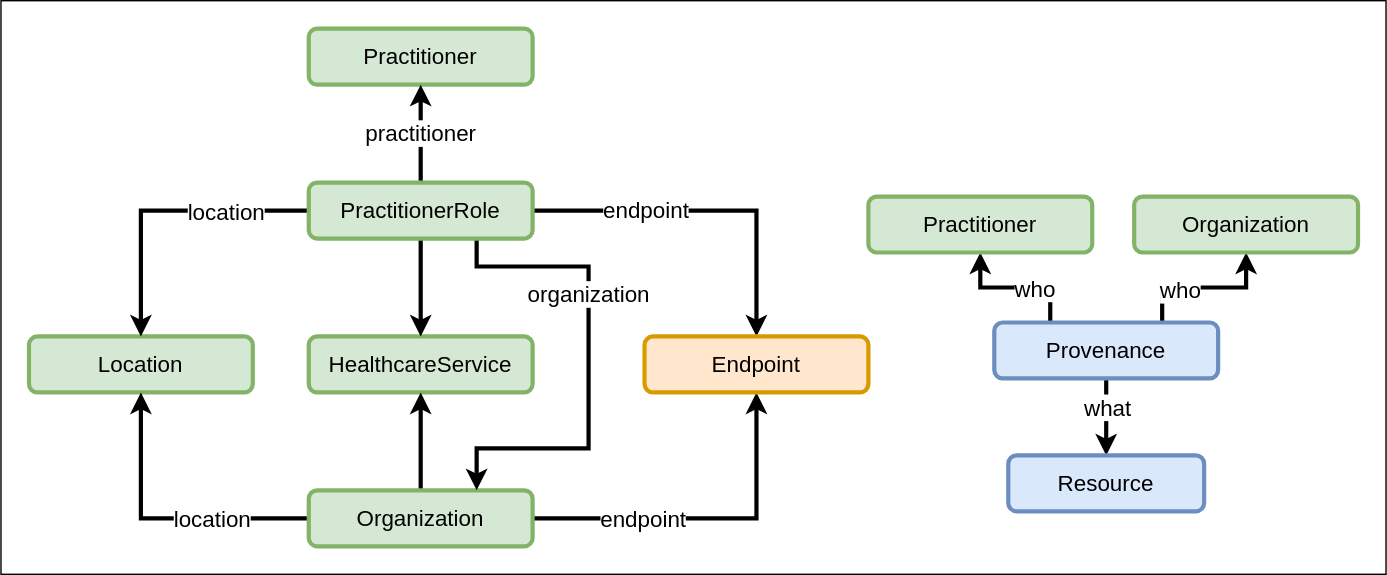
Before: images/VZD_FHIR_Directory_Resourcen.svg, a diagram exported from draw.io (gematik/api-vzd). Source tidied: cells renumbered, new cells last; positions are measured from the earlier drawing's top-left corner, leaving out a move shared by most shapes.
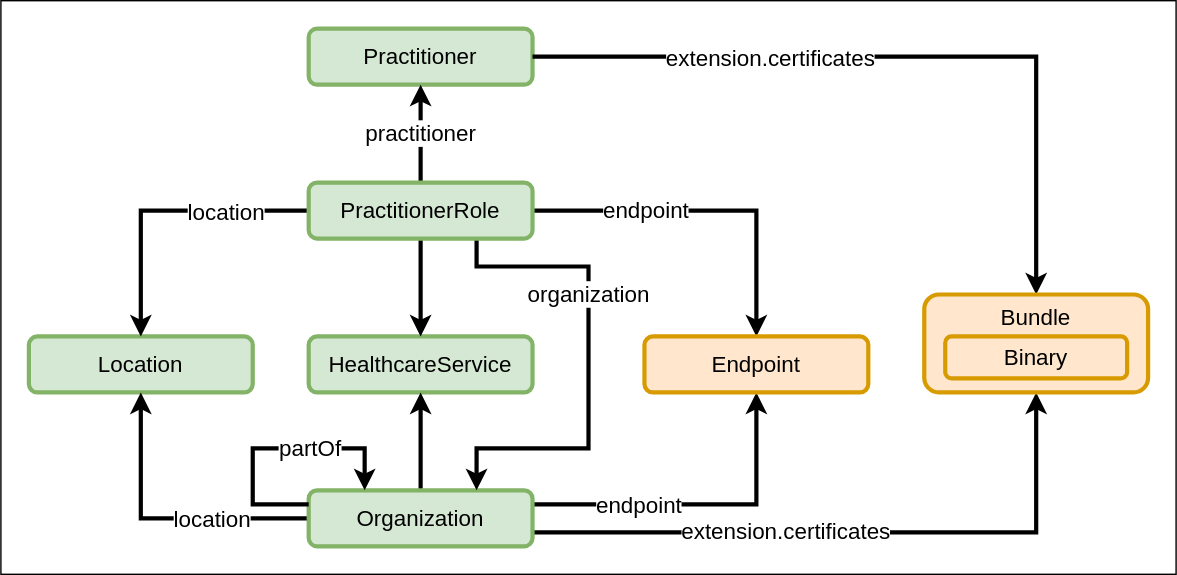
After the commit.

What changed in the source:
```diff
@@ -3,7 +3,7 @@
     <mxCell id="0" />
     <mxCell id="1" parent="0" />
     <mxCell id="2" style="rounded=0;whiteSpace=wrap;html=1;fontSize=16;fillColor=none;" parent="1" vertex="1">
-      <mxGeometry width="990" height="410" as="geometry" />
+      <mxGeometry width="840" height="410" as="geometry" />
     </mxCell>
     <mxCell id="3" value="HealthcareService" style="rounded=1;whiteSpace=wrap;html=1;fillColor=#d5e8d4;strokeColor=#82b366;strokeWidth=3;fontSize=16;" parent="1" vertex="1">
       <mxGeometry x="220" y="240" width="160" height="40" as="geometry" />
@@ -20,7 +20,11 @@
       </mxGeometry>
     </mxCell>
     <mxCell id="7" style="edgeStyle=orthogonalEdgeStyle;rounded=0;jettySize=auto;html=1;entryX=0.5;entryY=1;entryDx=0;entryDy=0;strokeWidth=3;" parent="1" edge="1" source="10" target="20">
-      <mxGeometry relative="1" as="geometry" />
+      <mxGeometry relative="1" as="geometry">
+        <Array as="points">
+          <mxPoint x="540" y="360" />
+        </Array>
+      </mxGeometry>
     </mxCell>
     <mxCell id="8" value="endpoint" style="edgeLabel;html=1;align=center;verticalAlign=middle;fontSize=16;" parent="7" vertex="1">
       <mxGeometry x="-0.38" relative="1" as="geometry" />
@@ -28,6 +32,16 @@
     <mxCell id="9" style="edgeStyle=orthogonalEdgeStyle;rounded=0;jettySize=auto;html=1;exitX=0.5;exitY=0;exitDx=0;exitDy=0;entryX=0.5;entryY=1;entryDx=0;entryDy=0;strokeWidth=3;" parent="1" edge="1" source="10" target="3">
       <mxGeometry relative="1" as="geometry" />
     </mxCell>
+    <mxCell id="31" style="edgeStyle=orthogonalEdgeStyle;rounded=0;jettySize=auto;html=1;entryX=0.5;entryY=1;entryDx=0;entryDy=0;fontSize=16;strokeWidth=3;" parent="1" edge="1" source="10" target="37">
+      <mxGeometry relative="1" as="geometry">
+        <Array as="points">
+          <mxPoint x="740" y="380" />
+        </Array>
+      </mxGeometry>
+    </mxCell>
+    <mxCell id="32" value="extension.certificates" style="edgeLabel;html=1;align=center;verticalAlign=middle;fontSize=16;" parent="31" vertex="1">
+      <mxGeometry x="-0.22" y="2" relative="1" as="geometry" />
+    </mxCell>
     <mxCell id="10" value="Organization" style="rounded=1;whiteSpace=wrap;html=1;fillColor=#d5e8d4;strokeColor=#82b366;strokeWidth=3;fontSize=16;" parent="1" vertex="1">
       <mxGeometry x="220" y="350" width="160" height="40" as="geometry" />
     </mxCell>
@@ -69,38 +83,38 @@
     <mxCell id="19" value="PractitionerRole" style="rounded=1;whiteSpace=wrap;html=1;fillColor=#d5e8d4;strokeColor=#82b366;strokeWidth=3;fontSize=16;" parent="1" vertex="1">
       <mxGeometry x="220" y="130" width="160" height="40" as="geometry" />
     </mxCell>
+    <mxCell id="33" style="edgeStyle=orthogonalEdgeStyle;rounded=0;jettySize=auto;html=1;exitX=1;exitY=0.5;exitDx=0;exitDy=0;entryX=0.5;entryY=0;entryDx=0;entryDy=0;fontSize=16;strokeWidth=3;" parent="1" edge="1" source="11" target="37">
+      <mxGeometry relative="1" as="geometry">
+        <Array as="points">
+          <mxPoint x="740" y="40" />
+        </Array>
+      </mxGeometry>
+    </mxCell>
+    <mxCell id="34" value="extension.certificates" style="edgeLabel;html=1;align=center;verticalAlign=middle;fontSize=16;" parent="33" vertex="1">
+      <mxGeometry x="-0.25" y="-2" relative="1" as="geometry">
+        <mxPoint x="-30" y="-2" as="offset" />
+      </mxGeometry>
+    </mxCell>
     <mxCell id="20" value="Endpoint" style="rounded=1;whiteSpace=wrap;html=1;fillColor=#ffe6cc;strokeColor=#d79b00;strokeWidth=3;fontSize=16;" parent="1" vertex="1">
       <mxGeometry x="460" y="240" width="160" height="40" as="geometry" />
     </mxCell>
-    <mxCell id="21" style="edgeStyle=orthogonalEdgeStyle;rounded=0;jettySize=auto;html=1;entryX=0.5;entryY=0;entryDx=0;entryDy=0;fontSize=16;strokeWidth=3;" parent="1" edge="1" source="27" target="28">
-      <mxGeometry relative="1" as="geometry" />
-    </mxCell>
-    <mxCell id="22" value="what" style="edgeLabel;html=1;align=center;verticalAlign=middle;fontSize=16;" parent="21" vertex="1">
-      <mxGeometry x="-0.27" relative="1" as="geometry" />
-    </mxCell>
-    <mxCell id="23" style="edgeStyle=orthogonalEdgeStyle;rounded=0;jettySize=auto;html=1;exitX=0.25;exitY=0;exitDx=0;exitDy=0;entryX=0.5;entryY=1;entryDx=0;entryDy=0;fontSize=16;strokeWidth=3;" parent="1" edge="1" source="27" target="29">
-      <mxGeometry relative="1" as="geometry" />
-    </mxCell>
-    <mxCell id="24" value="who" style="edgeLabel;html=1;align=center;verticalAlign=middle;fontSize=16;" parent="23" vertex="1">
-      <mxGeometry x="-0.26" relative="1" as="geometry" />
-    </mxCell>
-    <mxCell id="25" style="edgeStyle=orthogonalEdgeStyle;rounded=0;jettySize=auto;html=1;exitX=0.75;exitY=0;exitDx=0;exitDy=0;entryX=0.5;entryY=1;entryDx=0;entryDy=0;fontSize=16;strokeWidth=3;" parent="1" edge="1" source="27" target="30">
-      <mxGeometry relative="1" as="geometry" />
-    </mxCell>
-    <mxCell id="26" value="who" style="edgeLabel;html=1;align=center;verticalAlign=middle;fontSize=16;" parent="25" vertex="1">
-      <mxGeometry x="-0.33" y="-1" relative="1" as="geometry" />
-    </mxCell>
-    <mxCell id="27" value="Provenance" style="rounded=1;whiteSpace=wrap;html=1;fillColor=#dae8fc;strokeColor=#6c8ebf;strokeWidth=3;fontSize=16;" parent="1" vertex="1">
-      <mxGeometry x="710" y="230" width="160" height="40" as="geometry" />
-    </mxCell>
-    <mxCell id="28" value="Resource" style="rounded=1;whiteSpace=wrap;html=1;fillColor=#dae8fc;strokeColor=#6c8ebf;strokeWidth=3;fontSize=16;" parent="1" vertex="1">
-      <mxGeometry x="720" y="325" width="140" height="40" as="geometry" />
-    </mxCell>
-    <mxCell id="29" value="Practitioner" style="rounded=1;whiteSpace=wrap;html=1;fillColor=#d5e8d4;strokeColor=#82b366;strokeWidth=3;fontSize=16;" parent="1" vertex="1">
-      <mxGeometry x="620" y="140" width="160" height="40" as="geometry" />
-    </mxCell>
-    <mxCell id="30" value="Organization" style="rounded=1;whiteSpace=wrap;html=1;fillColor=#d5e8d4;strokeColor=#82b366;strokeWidth=3;fontSize=16;" parent="1" vertex="1">
-      <mxGeometry x="810" y="140" width="160" height="40" as="geometry" />
-    </mxCell>
+    <mxCell id="35" style="edgeStyle=orthogonalEdgeStyle;rounded=0;orthogonalLoop=1;jettySize=auto;html=1;exitX=0;exitY=0.25;exitDx=0;exitDy=0;entryX=0.25;entryY=0;entryDx=0;entryDy=0;strokeWidth=3;" parent="1" edge="1" source="10" target="10">
+      <mxGeometry relative="1" as="geometry">
+        <Array as="points">
+          <mxPoint x="180" y="360" />
+          <mxPoint x="180" y="320" />
+          <mxPoint x="260" y="320" />
+        </Array>
+      </mxGeometry>
+    </mxCell>
+    <mxCell id="36" value="partOf" style="edgeLabel;html=1;align=center;verticalAlign=middle;fontSize=16;" parent="35" vertex="1">
+      <mxGeometry x="0.26" y="1" relative="1" as="geometry" />
+    </mxCell>
+    <mxCell id="37" value="Bundle" style="rounded=1;whiteSpace=wrap;html=1;fillColor=#ffe6cc;strokeColor=#d79b00;strokeWidth=3;fontSize=16;verticalAlign=top;" parent="1" vertex="1">
+      <mxGeometry x="660" y="210" width="160" height="70" as="geometry" />
+    </mxCell>
+    <mxCell id="38" value="Binary" style="rounded=1;whiteSpace=wrap;html=1;fillColor=#ffe6cc;strokeColor=#d79b00;strokeWidth=3;fontSize=16;" parent="1" vertex="1">
+      <mxGeometry x="675" y="240" width="130" height="30" as="geometry" />
+    </mxCell>
   </root>
 </mxGraphModel>
```
